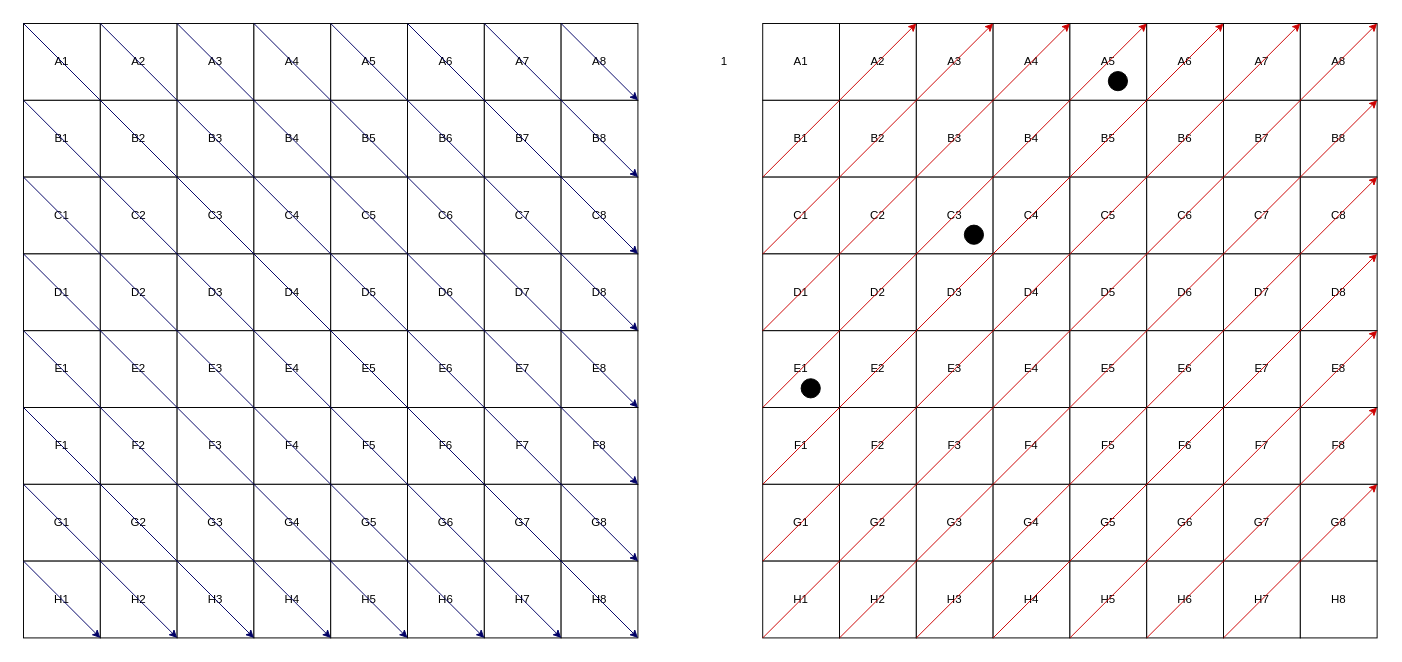
Before: page "Page-5" (5 of 5) of 4º problema/diagonais.drawio in Tiago-Matinho/IA, a draw.io diagram. Source tidied: cells renumbered, new cells numbered last; positions are measured from the earlier drawing's top-left corner, leaving out a move shared by most shapes. Both pictures are drawn from the tidied source at 96%, with x=0, y=0 at pixel (23, 23).
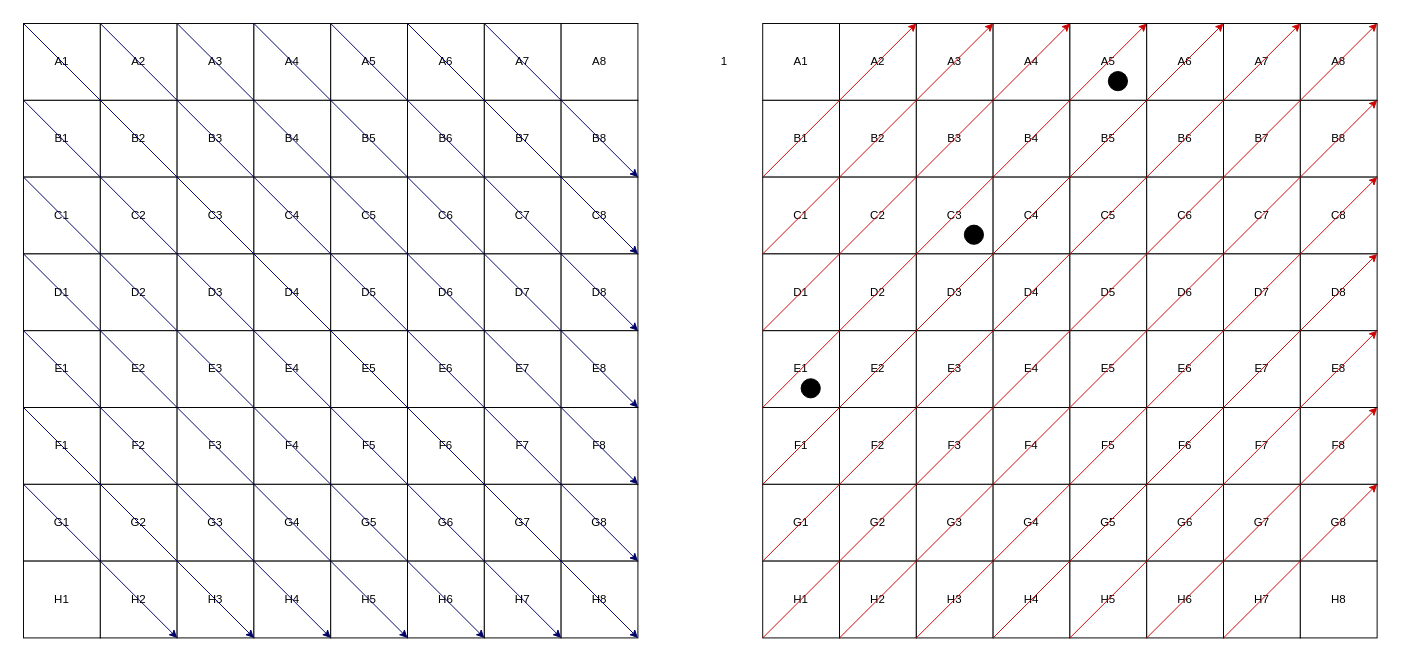
The same diagram, later.

Unchanged cells that the change refers to:
```xml
<mxCell id="90" value="A8" style="whiteSpace=wrap;html=1;" parent="1" vertex="1">
  <mxGeometry x="560" width="80" height="80" as="geometry" />
</mxCell>
<mxCell id="98" value="B8" style="whiteSpace=wrap;html=1;" parent="1" vertex="1">
  <mxGeometry x="560" y="80" width="80" height="80" as="geometry" />
</mxCell>
<mxCell id="139" value="H1" style="whiteSpace=wrap;html=1;" parent="1" vertex="1">
  <mxGeometry y="560" width="80" height="80" as="geometry" />
</mxCell>
```

What changed in the source:
```diff
@@
-    <mxCell id="154" style="edgeStyle=none;rounded=0;orthogonalLoop=1;jettySize=auto;html=1;exitX=0;exitY=0;exitDx=0;exitDy=0;entryX=1;entryY=1;entryDx=0;entryDy=0;strokeColor=#000066;" parent="1" edge="1" source="139" target="139">
-      <mxGeometry relative="1" as="geometry" />
-    </mxCell>
@@
-    <mxCell id="161" style="edgeStyle=none;rounded=0;jettySize=auto;html=1;exitX=0;exitY=0;exitDx=0;exitDy=0;entryX=1;entryY=0;entryDx=0;entryDy=0;strokeColor=#000066;" parent="1" edge="1" source="90" target="98">
-      <mxGeometry relative="1" as="geometry" />
-    </mxCell>
```
